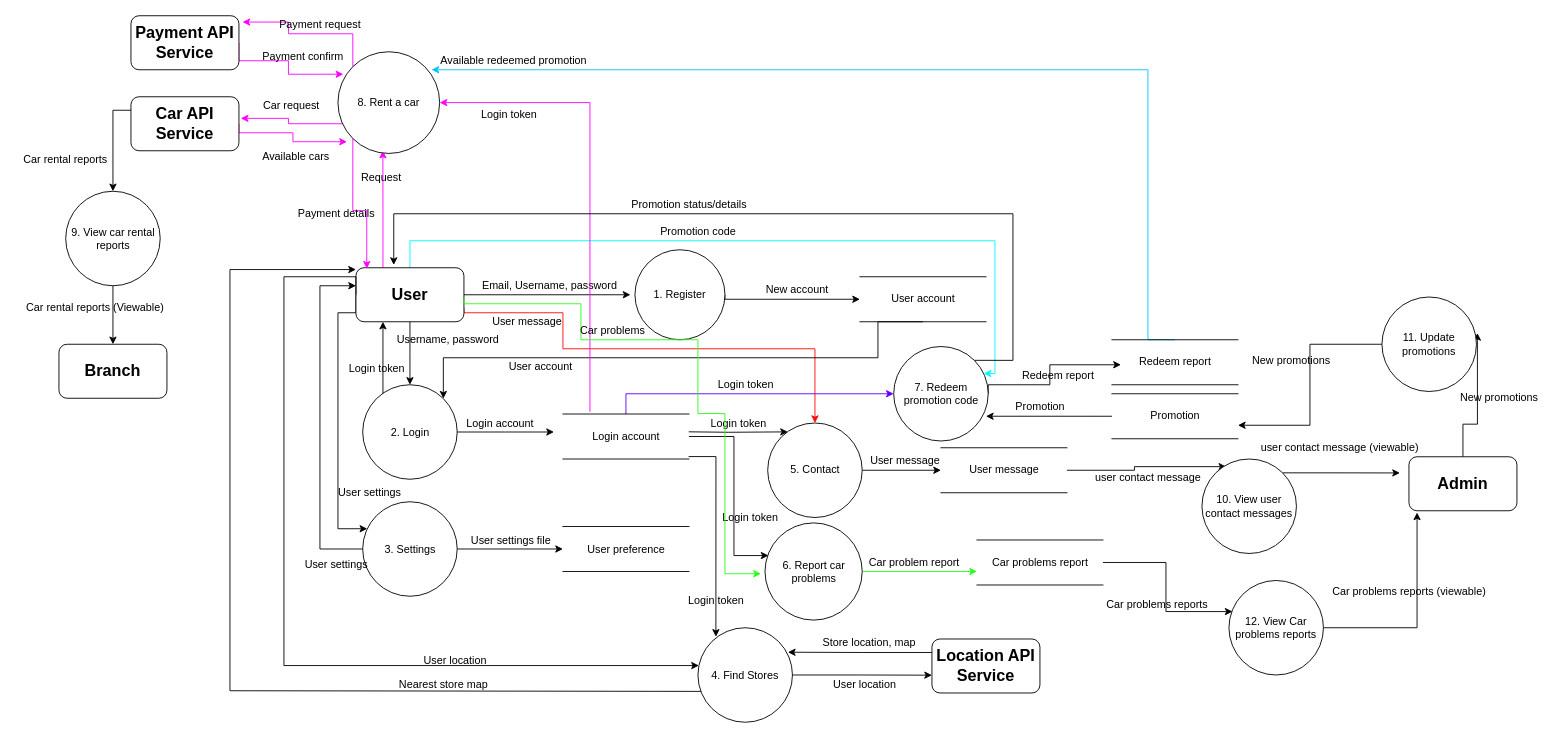
ICT-Mahidol/2019-ITCS371-2-ORgates keeps this draw.io diagram as DFD1.drawio. Above is the earlier version. Source tidied: cells renumbered, new cells numbered last; positions are measured from the earlier drawing's top-left corner, leaving out a move shared by most shapes. Both pictures are drawn from the tidied source at 90%, with x=0, y=0 at pixel (15, 15).
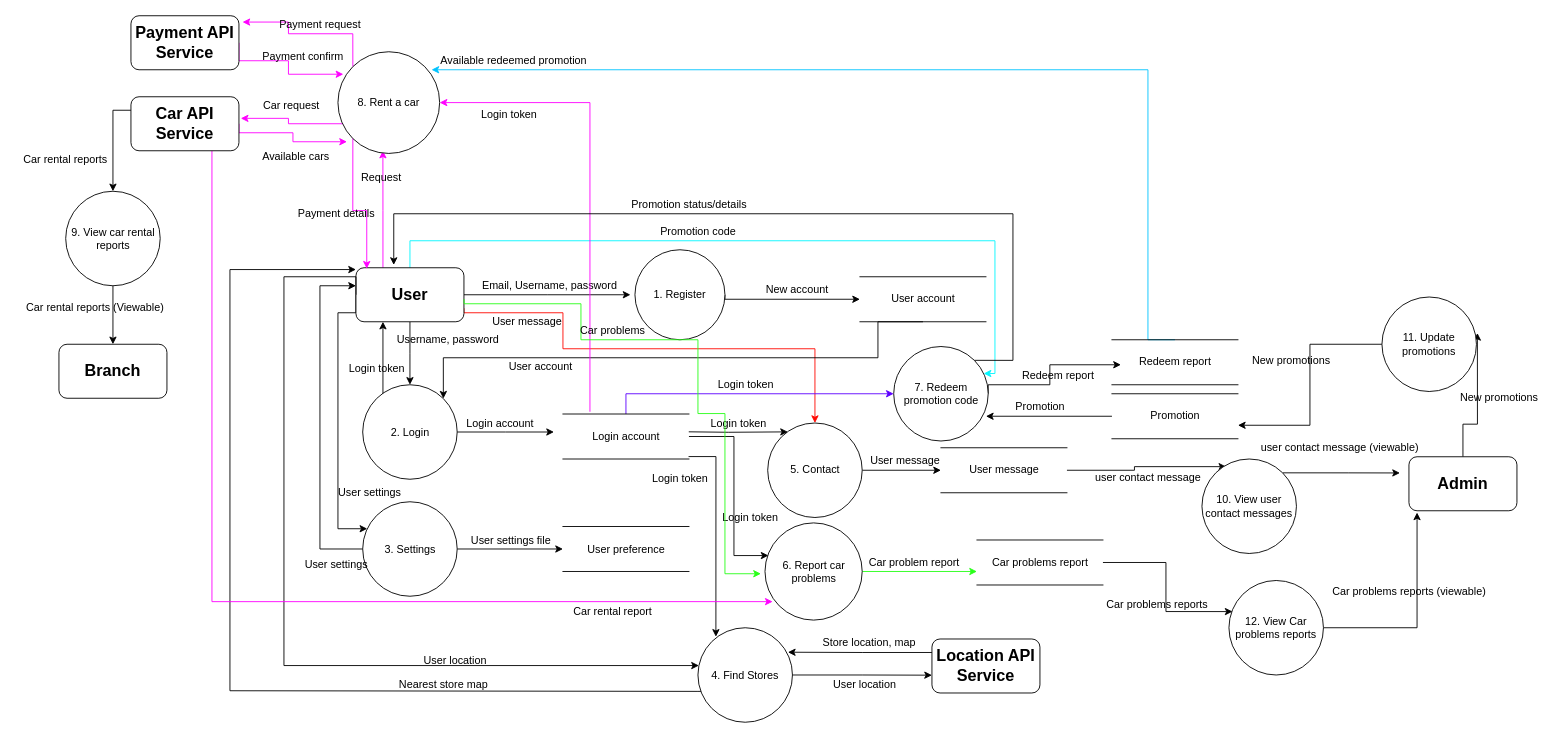
The same diagram, later.

The change refers to these unchanged cells:
```xml
<mxCell id="54" value="6. Report car problems" style="ellipse;whiteSpace=wrap;html=1;strokeColor=#000000;" parent="1" vertex="1">
  <mxGeometry x="832.5" y="563.5" width="108" height="108" as="geometry" />
</mxCell>
<mxCell id="81" value="&lt;b&gt;&lt;font style=&quot;font-size: 18px&quot;&gt;Car API Service&lt;/font&gt;&lt;/b&gt;" style="rounded=1;whiteSpace=wrap;html=1;" parent="1" vertex="1">
  <mxGeometry x="128" y="90" width="120" height="60" as="geometry" />
</mxCell>
```

Change to the diagram source:
```diff
@@
     <mxCell id="49" value="Login token" style="text;html=1;align=center;verticalAlign=middle;" parent="1" vertex="1">
-      <mxGeometry x="738" y="640" width="80" height="20" as="geometry" />
+      <mxGeometry x="698" y="505" width="80" height="20" as="geometry" />
     </mxCell>
@@
+    <mxCell id="109" style="edgeStyle=orthogonalEdgeStyle;rounded=0;jettySize=auto;html=1;exitX=0.75;exitY=1;exitDx=0;exitDy=0;entryX=0.079;entryY=0.81;entryDx=0;entryDy=0;entryPerimeter=0;strokeColor=#FF00FF;" parent="1" edge="1" source="81" target="54">
+      <mxGeometry relative="1" as="geometry">
+        <Array as="points">
+          <mxPoint x="218" y="651" />
+        </Array>
+      </mxGeometry>
+    </mxCell>
@@
+    <mxCell id="110" value="Car rental report" style="text;html=1;align=center;verticalAlign=middle;" parent="1" vertex="1">
+      <mxGeometry x="613" y="651.5" width="100" height="20" as="geometry" />
+    </mxCell>
```
